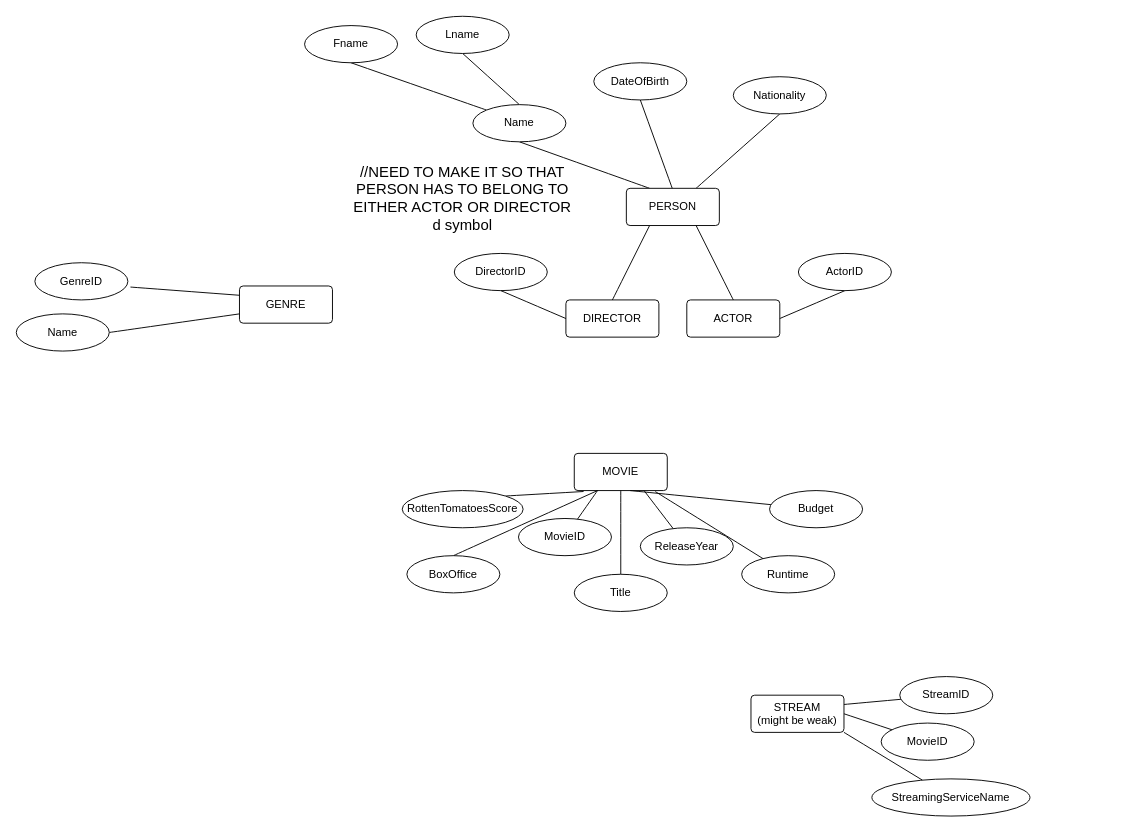
miguelTrC/MovieBaseDB keeps this draw.io diagram as MovieBaseEER.drawio. Above is the earlier version. Source tidied: cells renumbered, new cells numbered last; positions are measured from the earlier drawing's top-left corner, leaving out a move shared by most shapes. Both pictures are drawn from the tidied source at 93%, with x=0, y=0 at pixel (16, 16).
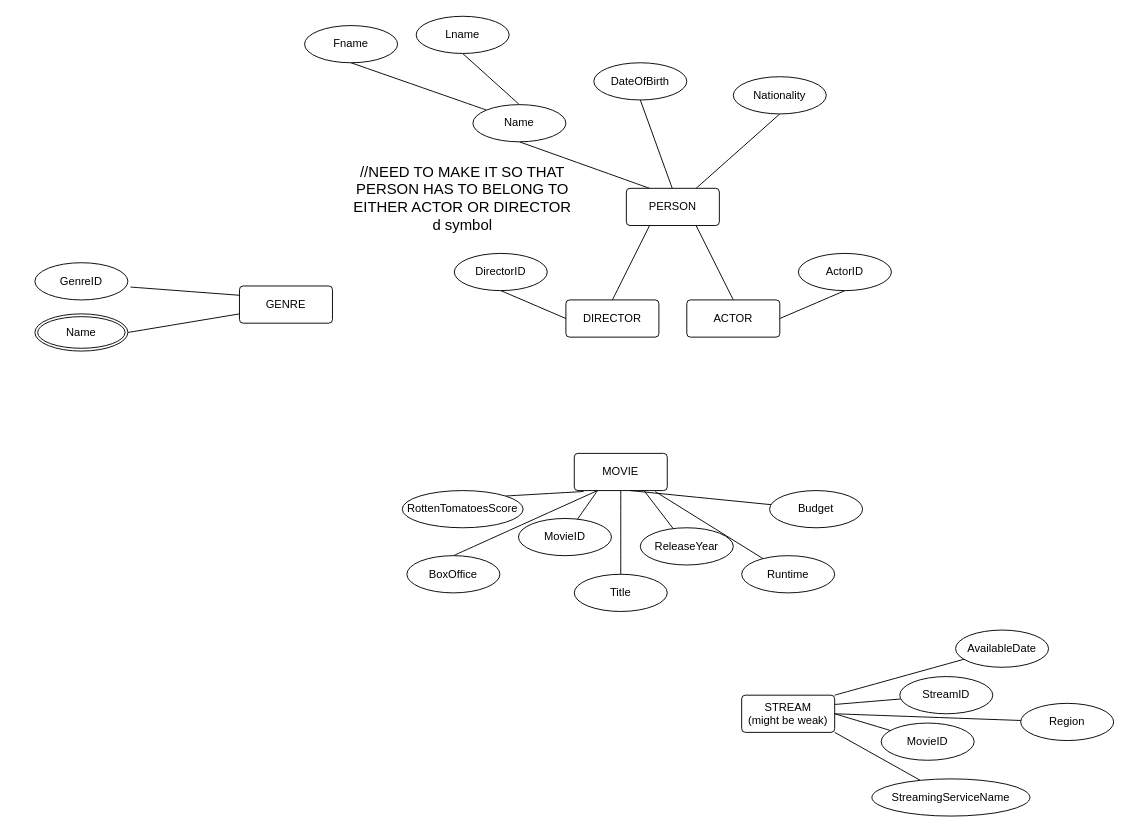
The same diagram, later.

Commit message:
Existing Entities and attributes have been added. Relations need work

Change to the diagram source:
```diff
@@
     <mxCell id="14" value="&lt;div&gt;STREAM&lt;/div&gt;&lt;div&gt;(might be weak)&lt;br&gt;&lt;/div&gt;" style="rounded=1;arcSize=10;whiteSpace=wrap;html=1;align=center;" parent="1" vertex="1">
-      <mxGeometry x="790" y="730" width="100" height="40" as="geometry" />
+      <mxGeometry x="780" y="730" width="100" height="40" as="geometry" />
     </mxCell>
@@
-    <mxCell id="42" value="Name" style="ellipse;whiteSpace=wrap;html=1;align=center;" parent="1" vertex="1">
-      <mxGeometry y="320" width="100" height="40" as="geometry" />
-    </mxCell>
@@
+    <mxCell id="49" style="endArrow=none;html=1;rounded=0;fontSize=12;startSize=8;endSize=8;curved=1;exitX=1;exitY=0;exitDx=0;exitDy=0;" parent="1" edge="1" source="14" target="50">
+      <mxGeometry relative="1" as="geometry" />
+    </mxCell>
+    <mxCell id="50" value="AvailableDate" style="ellipse;whiteSpace=wrap;html=1;align=center;" parent="1" vertex="1">
+      <mxGeometry x="1010" y="660" width="100" height="40" as="geometry" />
+    </mxCell>
+    <mxCell id="51" style="endArrow=none;html=1;rounded=0;fontSize=12;startSize=8;endSize=8;curved=1;exitX=1;exitY=0.5;exitDx=0;exitDy=0;" parent="1" edge="1" source="14" target="52">
+      <mxGeometry relative="1" as="geometry" />
+    </mxCell>
+    <mxCell id="52" value="Region" style="ellipse;whiteSpace=wrap;html=1;align=center;" parent="1" vertex="1">
+      <mxGeometry x="1080" y="738.8" width="100" height="40" as="geometry" />
+    </mxCell>
+    <mxCell id="42" value="Name" style="ellipse;shape=doubleEllipse;margin=3;whiteSpace=wrap;html=1;align=center;" parent="1" vertex="1">
+      <mxGeometry x="20" y="320" width="100" height="40" as="geometry" />
+    </mxCell>
```
